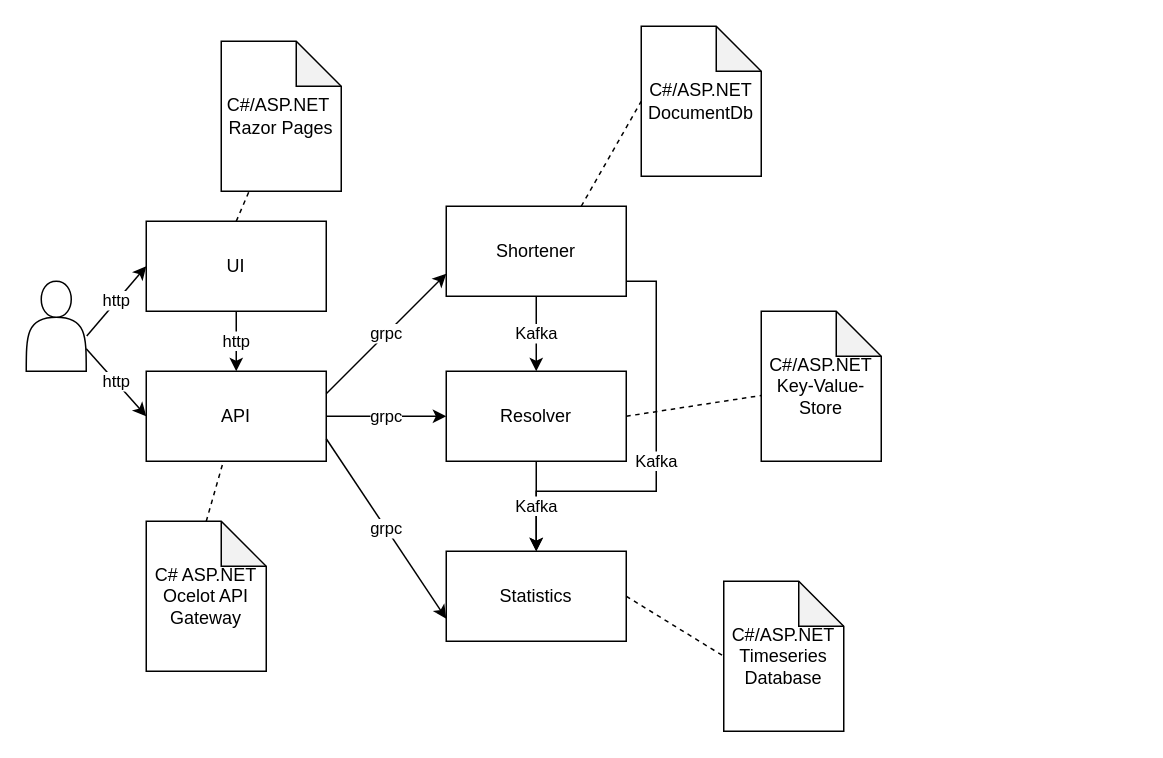
Earlier version of the draw.io diagram 2 professional/architecture.drawio (msallin/education). Source tidied: cells renumbered, new cells numbered last; positions are measured from the earlier drawing's top-left corner, leaving out a move shared by most shapes. Both pictures are drawn from the tidied source at 150%, with x=0, y=0 at pixel (26, 26).
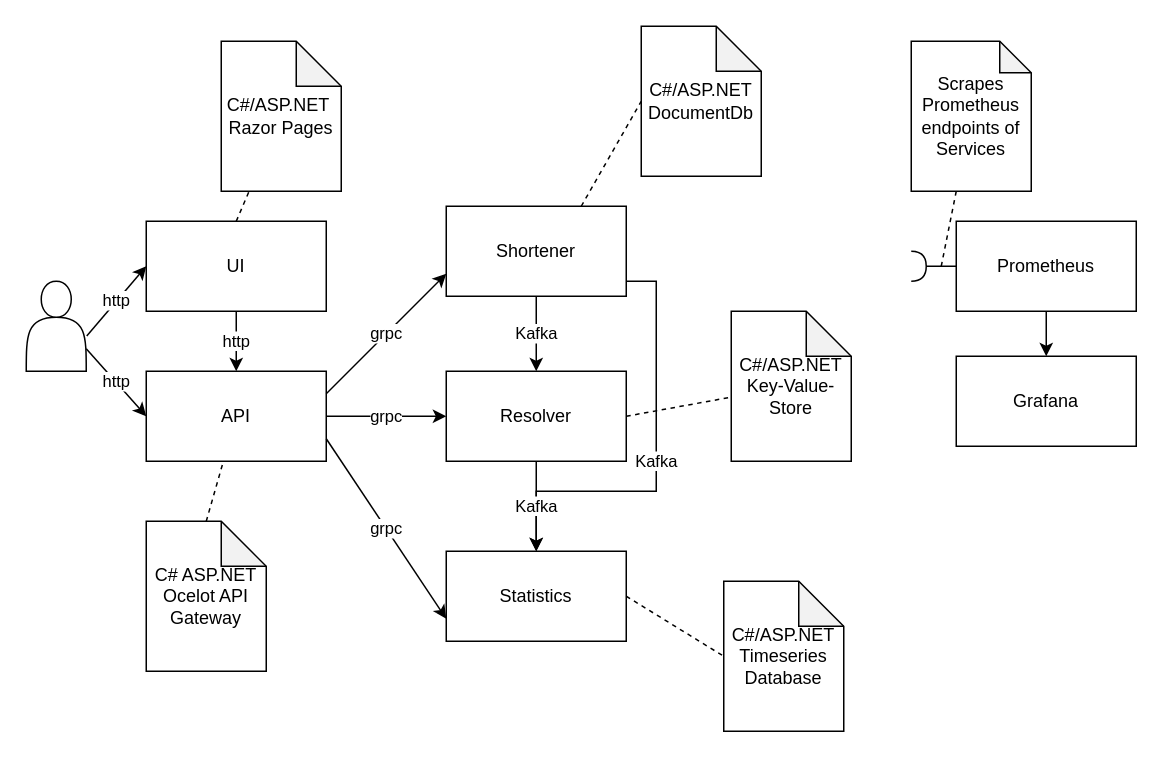
Above is the later version.

Commit message:
add prometheus and grafana

The edit, as a diff of the source:
```diff
@@
     <mxCell id="17" value="C#/ASP.NET&lt;br&gt;Key-Value-Store" style="shape=note;whiteSpace=wrap;html=1;backgroundOutline=1;darkOpacity=0.05;" parent="1" vertex="1">
-      <mxGeometry x="490" y="190" width="80" height="100" as="geometry" />
+      <mxGeometry x="470" y="190" width="80" height="100" as="geometry" />
     </mxCell>
@@
+    <mxCell id="27" style="edgeStyle=orthogonalEdgeStyle;rounded=0;jettySize=auto;html=1;" parent="1" edge="1" source="28" target="29">
+      <mxGeometry relative="1" as="geometry" />
+    </mxCell>
+    <mxCell id="28" value="Prometheus" style="rounded=0;whiteSpace=wrap;html=1;" parent="1" vertex="1">
+      <mxGeometry x="620" y="130" width="120" height="60" as="geometry" />
+    </mxCell>
+    <mxCell id="29" value="Grafana" style="rounded=0;whiteSpace=wrap;html=1;" parent="1" vertex="1">
+      <mxGeometry x="620" y="220" width="120" height="60" as="geometry" />
+    </mxCell>
+    <mxCell id="30" style="edgeStyle=orthogonalEdgeStyle;rounded=0;jettySize=auto;html=1;endArrow=none;endFill=0;" parent="1" edge="1" source="31" target="28">
+      <mxGeometry relative="1" as="geometry" />
+    </mxCell>
+    <mxCell id="31" style="shape=requiredInterface;html=1;verticalLabelPosition=bottom;" parent="1" vertex="1">
+      <mxGeometry x="590" y="150" width="10" height="20" as="geometry" />
+    </mxCell>
+    <mxCell id="32" style="endArrow=none;dashed=1;html=1;" parent="1" edge="1" source="33">
+      <mxGeometry relative="1" as="geometry">
+        <mxPoint x="610" y="160" as="targetPoint" />
+      </mxGeometry>
+    </mxCell>
+    <mxCell id="33" value="Scrapes Prometheus endpoints of Services" style="shape=note;whiteSpace=wrap;html=1;backgroundOutline=1;darkOpacity=0.05;size=21;" parent="1" vertex="1">
+      <mxGeometry x="590" y="10" width="80" height="100" as="geometry" />
+    </mxCell>
```
